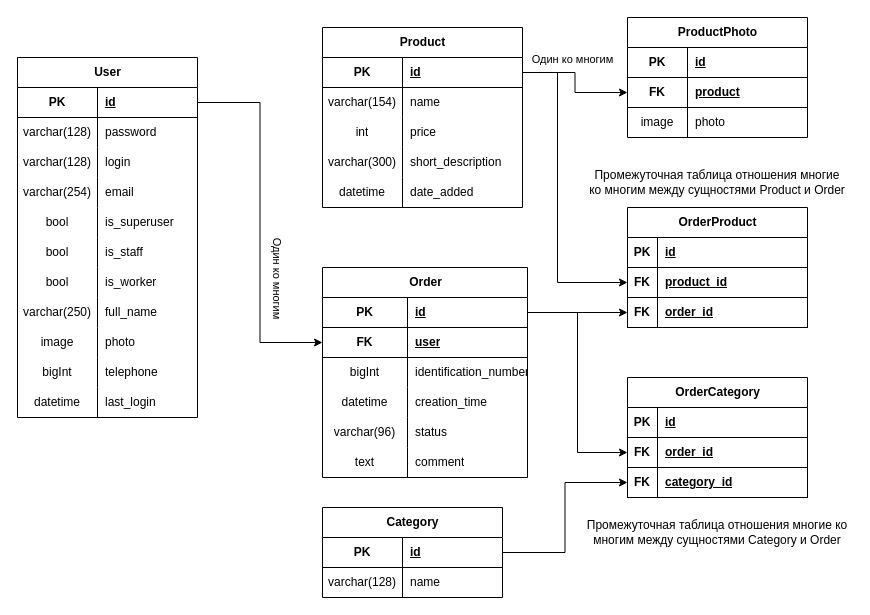
This is server/db_diagram.drawio from olegmishutin/Nayada, a draw.io file, before an edit. Source tidied: cells renumbered, new cells numbered last; positions are measured from the earlier drawing's top-left corner, leaving out a move shared by most shapes. Both pictures are drawn from the tidied source at 100%, with x=0, y=0 at pixel (17, 17).
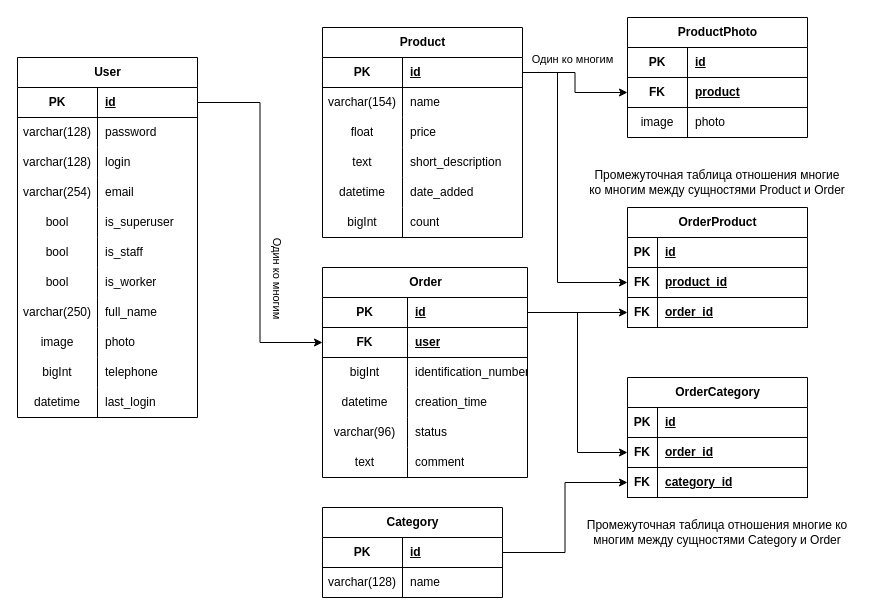
The same diagram, later.

Unchanged cells that the change refers to:
```xml
<mxCell id="43" style="shape=tableRow;horizontal=0;startSize=0;swimlaneHead=0;swimlaneBody=0;fillColor=none;top=0;left=0;right=0;bottom=0;" parent="36" vertex="1">
  <mxGeometry y="90" width="200" height="30" as="geometry" />
</mxCell>
<mxCell id="46" style="shape=tableRow;horizontal=0;startSize=0;swimlaneHead=0;swimlaneBody=0;fillColor=none;top=0;left=0;right=0;bottom=0;" parent="36" vertex="1">
  <mxGeometry y="120" width="200" height="30" as="geometry" />
</mxCell>
```

Diff of the diagram source:
```diff
@@
     <mxCell id="36" value="Product" style="shape=table;startSize=30;childLayout=tableLayout;rowLines=0;fontStyle=1;align=center;html=1;" parent="1" vertex="1">
-      <mxGeometry x="305" y="10" width="200" height="180" as="geometry" />
+      <mxGeometry x="305" y="10" width="200" height="210" as="geometry" />
     </mxCell>
@@
-    <mxCell id="44" value="int" style="shape=partialRectangle;fillColor=none;top=0;left=0;bottom=0;right=0;overflow=hidden;whiteSpace=wrap;html=1;" parent="43" vertex="1">
+    <mxCell id="44" value="float" style="shape=partialRectangle;fillColor=none;top=0;left=0;bottom=0;right=0;overflow=hidden;whiteSpace=wrap;html=1;" parent="43" vertex="1">
       <mxGeometry width="80" height="30" as="geometry" />
     </mxCell>
@@
-    <mxCell id="47" value="varchar(300)" style="shape=partialRectangle;fillColor=none;top=0;left=0;bottom=0;right=0;overflow=hidden;whiteSpace=wrap;html=1;" parent="46" vertex="1">
+    <mxCell id="47" value="text" style="shape=partialRectangle;fillColor=none;top=0;left=0;bottom=0;right=0;overflow=hidden;whiteSpace=wrap;html=1;" parent="46" vertex="1">
       <mxGeometry width="80" height="30" as="geometry" />
     </mxCell>
@@
+    <mxCell id="118" style="shape=tableRow;horizontal=0;startSize=0;swimlaneHead=0;swimlaneBody=0;fillColor=none;top=0;left=0;right=0;bottom=0;" parent="36" vertex="1">
+      <mxGeometry y="180" width="200" height="30" as="geometry" />
+    </mxCell>
+    <mxCell id="119" value="bigInt" style="shape=partialRectangle;fillColor=none;top=0;left=0;bottom=0;right=0;overflow=hidden;whiteSpace=wrap;html=1;" parent="118" vertex="1">
+      <mxGeometry width="80" height="30" as="geometry" />
+    </mxCell>
+    <mxCell id="120" value="count" style="shape=partialRectangle;fillColor=none;top=0;left=0;bottom=0;right=0;align=left;spacingLeft=6;overflow=hidden;whiteSpace=wrap;html=1;" parent="118" vertex="1">
+      <mxGeometry x="80" width="120" height="30" as="geometry" />
+    </mxCell>
```
